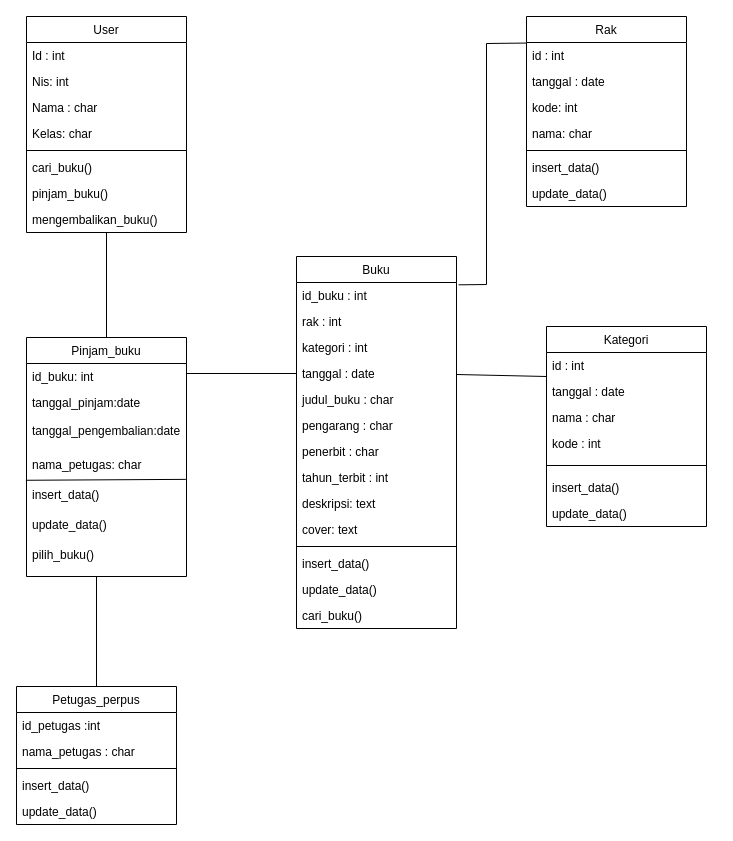
Earlier version of the draw.io diagram DiagramClas.drawio (ditanursabila/perpus-digital). Source tidied: cells renumbered, new cells numbered last; positions are measured from the earlier drawing's top-left corner, leaving out a move shared by most shapes. Both pictures are drawn from the tidied source at 100%, with x=0, y=0 at pixel (16, 16).
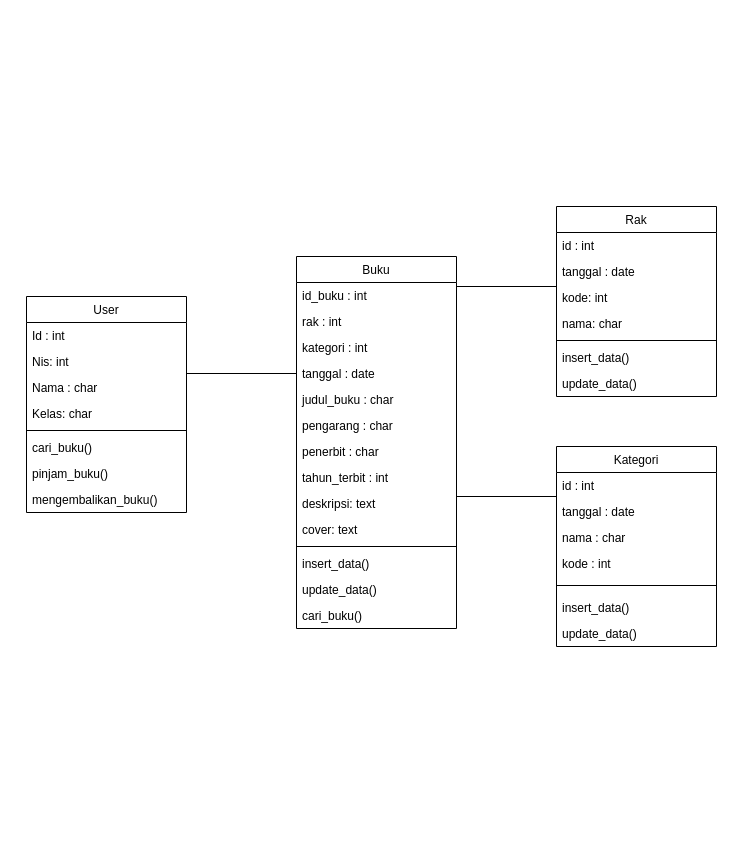
Above is the later version.

Unchanged cells that the change refers to:
```xml
<mxCell id="10" value="mengembalikan_buku()" style="text;align=left;verticalAlign=top;spacingLeft=4;spacingRight=4;overflow=hidden;points=[[0,0.5],[1,0.5]];portConstraint=eastwest;" parent="2" vertex="1">
  <mxGeometry y="190" width="160" height="26" as="geometry" />
</mxCell>
<mxCell id="12" value="id_buku : int " style="text;align=left;verticalAlign=top;spacingLeft=4;spacingRight=4;overflow=hidden;points=[[0,0.5],[1,0.5]];portConstraint=eastwest;" parent="11" vertex="1">
  <mxGeometry y="26" width="160" height="26" as="geometry" />
</mxCell>
<mxCell id="42" value="id : int" style="text;align=left;verticalAlign=top;spacingLeft=4;spacingRight=4;overflow=hidden;points=[[0,0.5],[1,0.5]];portConstraint=eastwest;" parent="41" vertex="1">
  <mxGeometry y="26" width="160" height="26" as="geometry" />
</mxCell>
```

The edit, as a diff of the source:
```diff
@@
     <mxCell id="2" value="User" style="swimlane;fontStyle=0;align=center;verticalAlign=top;horizontal=1;startSize=26;rounded=0;shadow=0;strokeWidth=1;" parent="1" vertex="1">
-      <mxGeometry x="10" width="160" height="216" as="geometry" />
+      <mxGeometry x="10" y="280" width="160" height="216" as="geometry" />
     </mxCell>
@@
-    <mxCell id="26" value="Petugas_perpus" style="swimlane;fontStyle=0;align=center;verticalAlign=top;horizontal=1;startSize=26;rounded=0;shadow=0;strokeWidth=1;" parent="1" vertex="1">
-      <mxGeometry y="670" width="160" height="138" as="geometry" />
-    </mxCell>
-    <mxCell id="27" value="id_petugas :int" style="text;align=left;verticalAlign=top;spacingLeft=4;spacingRight=4;overflow=hidden;" parent="26" vertex="1">
-      <mxGeometry y="26" width="160" height="26" as="geometry" />
-    </mxCell>
-    <mxCell id="28" value="nama_petugas : char" style="text;align=left;verticalAlign=top;spacingLeft=4;spacingRight=4;overflow=hidden;rounded=0;shadow=0;html=0;" parent="26" vertex="1">
-      <mxGeometry y="52" width="160" height="26" as="geometry" />
-    </mxCell>
-    <mxCell id="29" style="line;html=1;strokeWidth=1;align=left;verticalAlign=middle;spacingTop=-1;spacingLeft=3;spacingRight=3;labelPosition=right;" parent="26" vertex="1">
-      <mxGeometry y="78" width="160" height="8" as="geometry" />
-    </mxCell>
-    <mxCell id="30" value="insert_data()" style="text;align=left;verticalAlign=top;spacingLeft=4;spacingRight=4;overflow=hidden;" parent="26" vertex="1">
-      <mxGeometry y="86" width="160" height="26" as="geometry" />
-    </mxCell>
-    <mxCell id="31" value="update_data()" style="text;align=left;verticalAlign=top;spacingLeft=4;spacingRight=4;overflow=hidden;" parent="26" vertex="1">
-      <mxGeometry y="112" width="160" height="26" as="geometry" />
-    </mxCell>
-    <mxCell id="32" value="Pinjam_buku" style="swimlane;fontStyle=0;align=center;verticalAlign=top;horizontal=1;startSize=26;rounded=0;shadow=0;strokeWidth=1;" parent="1" vertex="1">
-      <mxGeometry x="10" y="321" width="160" height="239" as="geometry" />
-    </mxCell>
-    <mxCell id="33" value="id_buku: int" style="text;align=left;verticalAlign=top;spacingLeft=4;spacingRight=4;overflow=hidden;" parent="32" vertex="1">
-      <mxGeometry y="26" width="160" height="26" as="geometry" />
-    </mxCell>
-    <mxCell id="34" value="tanggal_pinjam:date" style="text;align=left;verticalAlign=top;spacingLeft=4;spacingRight=4;overflow=hidden;rounded=0;shadow=0;html=0;" parent="32" vertex="1">
-      <mxGeometry y="52" width="160" height="28" as="geometry" />
-    </mxCell>
-    <mxCell id="35" value="tanggal_pengembalian:date" style="text;align=left;verticalAlign=top;spacingLeft=4;spacingRight=4;overflow=hidden;" parent="32" vertex="1">
-      <mxGeometry y="80" width="160" height="34" as="geometry" />
-    </mxCell>
-    <mxCell id="36" style="endArrow=none;html=1;rounded=0;entryX=0.996;entryY=0.929;entryDx=0;entryDy=0;entryPerimeter=0;exitX=-0.004;exitY=0.959;exitDx=0;exitDy=0;exitPerimeter=0;" parent="32" edge="1" source="37" target="37">
-      <mxGeometry relative="1" as="geometry" />
-    </mxCell>
-    <mxCell id="37" value="nama_petugas: char" style="text;align=left;verticalAlign=top;spacingLeft=4;spacingRight=4;overflow=hidden;points=[[0,0.5],[1,0.5]];portConstraint=eastwest;" parent="32" vertex="1">
-      <mxGeometry y="114" width="160" height="30" as="geometry" />
-    </mxCell>
-    <mxCell id="38" value="insert_data()" style="text;align=left;verticalAlign=top;spacingLeft=4;spacingRight=4;overflow=hidden;" parent="32" vertex="1">
-      <mxGeometry y="144" width="160" height="30" as="geometry" />
-    </mxCell>
-    <mxCell id="39" value="update_data()" style="text;align=left;verticalAlign=top;spacingLeft=4;spacingRight=4;overflow=hidden;" parent="32" vertex="1">
-      <mxGeometry y="174" width="160" height="30" as="geometry" />
-    </mxCell>
-    <mxCell id="40" value="pilih_buku()" style="text;align=left;verticalAlign=top;spacingLeft=4;spacingRight=4;overflow=hidden;" parent="32" vertex="1">
-      <mxGeometry y="204" width="160" height="30" as="geometry" />
-    </mxCell>
     <mxCell id="41" value="Rak" style="swimlane;fontStyle=0;align=center;verticalAlign=top;horizontal=1;startSize=26;rounded=0;shadow=0;strokeWidth=1;" parent="1" vertex="1">
-      <mxGeometry x="510" width="160" height="190" as="geometry" />
+      <mxGeometry x="540" y="190" width="160" height="190" as="geometry" />
     </mxCell>
@@
     <mxCell id="49" value="Kategori" style="swimlane;fontStyle=0;align=center;verticalAlign=top;horizontal=1;startSize=26;rounded=0;shadow=0;strokeWidth=1;" parent="1" vertex="1">
-      <mxGeometry x="530" y="310" width="160" height="200" as="geometry" />
+      <mxGeometry x="540" y="430" width="160" height="200" as="geometry" />
     </mxCell>
@@
-    <mxCell id="57" style="endArrow=none;html=1;rounded=0;exitX=0.5;exitY=0;exitDx=0;exitDy=0;" parent="1" edge="1" source="32" target="10">
-      <mxGeometry relative="1" as="geometry" />
-    </mxCell>
-    <mxCell id="58" style="endArrow=none;html=1;rounded=0;exitX=0.5;exitY=0;exitDx=0;exitDy=0;" parent="1" edge="1" source="26">
-      <mxGeometry relative="1" as="geometry">
-        <mxPoint x="80" y="560" as="targetPoint" />
-      </mxGeometry>
-    </mxCell>
@@
-    <mxCell id="60" style="endArrow=none;html=1;rounded=0;exitX=1.013;exitY=0.09;exitDx=0;exitDy=0;exitPerimeter=0;entryX=-0.002;entryY=0.021;entryDx=0;entryDy=0;entryPerimeter=0;" parent="1" edge="1" source="12" target="42">
+    <mxCell id="60" style="endArrow=none;html=1;rounded=0;" parent="1" edge="1">
       <mxGeometry relative="1" as="geometry">
-        <Array as="points">
-          <mxPoint x="470" y="268" />
-          <mxPoint x="470" y="27" />
-        </Array>
+        <mxPoint x="440" y="270" as="sourcePoint" />
+        <mxPoint x="540" y="270" as="targetPoint" />
       </mxGeometry>
     </mxCell>
     <mxCell id="61" style="endArrow=none;html=1;rounded=0;entryX=0;entryY=0.25;entryDx=0;entryDy=0;" parent="1" edge="1" target="49">
       <mxGeometry relative="1" as="geometry">
-        <mxPoint x="440" y="358" as="sourcePoint" />
+        <mxPoint x="440" y="480" as="sourcePoint" />
       </mxGeometry>
     </mxCell>
```
